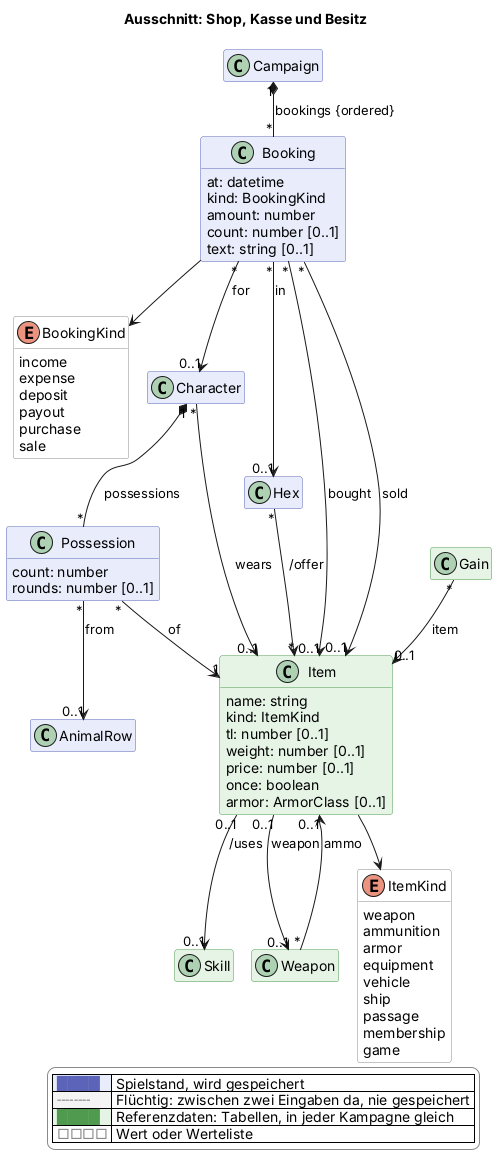
Earlier version of the PlantUML export docs/views/shop.png (scuzzar/SRE).
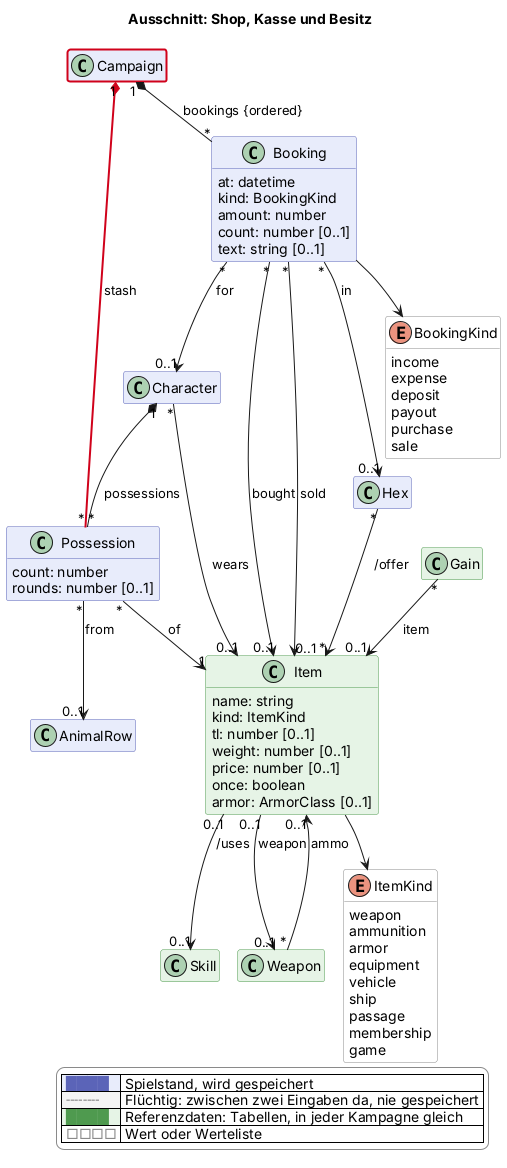
After the change.

Diff of the diagram source:
```diff
@@ -130,6 +130,7 @@
 
 
 Character "1" *-- "*" Possession : possessions
+Campaign "1" *-$newArrow("2026-11-13b")- "*" Possession : stash
 Possession "*" --> "1" Item : of
 Item --> ItemKind
 Item "0..1" --> "0..1" Skill : /uses
@@ -152,4 +153,5 @@
   |<#e6f4e6> <color:#4f9a4f>████</color> | Referenzdaten: Tabellen, in jeder Kampagne gleich |
   |<#ffffff> <color:#8a8a8a>□□□□</color> | Wert oder Werteliste |
 endlegend
+class Campaign #line:d0021b;line.bold
 @enduml
```
